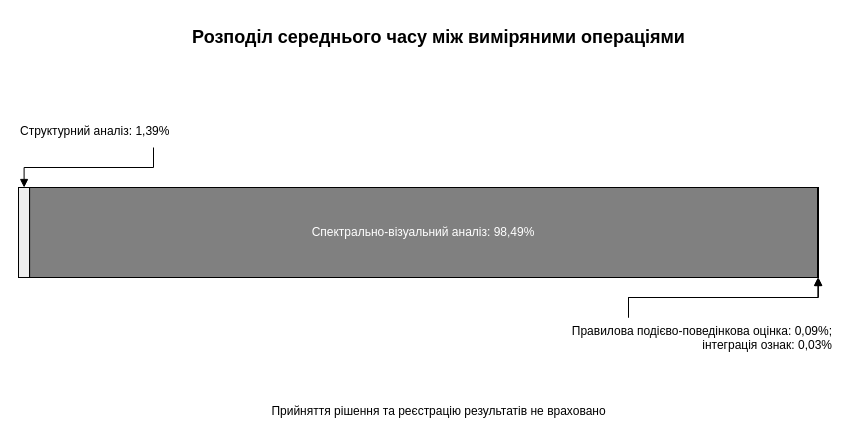
Above: title/figures_drawio/fig_4_6_timing_breakdown.drawio in oleksandrmelnychenko/dima-phd (draw.io), before the change. Source tidied: cells renumbered, new cells numbered last; positions are measured from the earlier drawing's top-left corner, leaving out a move shared by most shapes. Both pictures are drawn from the tidied source at 100%, with x=0, y=0 at pixel (18, 17).
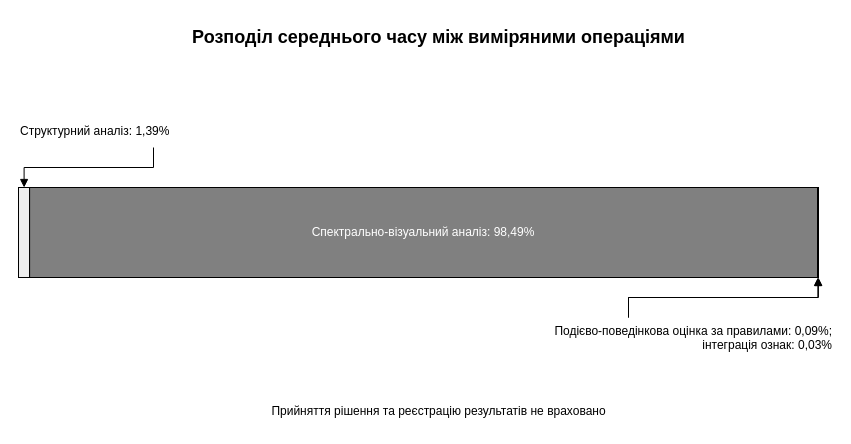
Above is the later version.

The edit, as a diff of the source:
```diff
@@
 <mxGraphModel>
   <root>
     <mxCell id="0" />
     <mxCell id="1" parent="0" />
     <mxCell id="2" value="Розподіл середнього часу між виміряними операціями" style="text;html=1;align=center;verticalAlign=middle;fontSize=18;fontStyle=1;fontColor=#000000;" parent="1" vertex="1">
       <mxGeometry x="95" width="650" height="40" as="geometry" />
     </mxCell>
     <mxCell id="3" style="shape=rectangle;whiteSpace=wrap;html=1;fillColor=#eeeeee;strokeColor=#000000;fontColor=#000000;" parent="1" vertex="1">
       <mxGeometry y="170" width="11.1" height="90" as="geometry" />
     </mxCell>
     <mxCell id="4" value="Спектрально-візуальний аналіз: 98,49%" style="shape=rectangle;whiteSpace=wrap;html=1;fillColor=#808080;strokeColor=#000000;fontColor=#ffffff;" parent="1" vertex="1">
       <mxGeometry x="11.1" y="170" width="787.9" height="90" as="geometry" />
     </mxCell>
     <mxCell id="5" style="shape=rectangle;whiteSpace=wrap;html=1;fillColor=#bbbbbb;strokeColor=#000000;" parent="1" vertex="1">
       <mxGeometry x="799" y="170" width="0.7" height="90" as="geometry" />
     </mxCell>
     <mxCell id="6" style="shape=rectangle;whiteSpace=wrap;html=1;fillColor=#ffffff;strokeColor=#000000;" parent="1" vertex="1">
       <mxGeometry x="799.8" y="170" width="0.2" height="90" as="geometry" />
     </mxCell>
     <mxCell id="7" value="Структурний аналіз: 1,39%" style="text;html=1;align=left;fontColor=#000000;" parent="1" vertex="1">
       <mxGeometry y="100" width="270" height="30" as="geometry" />
     </mxCell>
-    <mxCell id="8" value="Правилова подієво-поведінкова оцінка: 0,09%;&lt;br&gt;інтеграція ознак: 0,03%" style="text;html=1;align=right;fontColor=#000000;" parent="1" vertex="1">
+    <mxCell id="8" value="Подієво-поведінкова оцінка за правилами: 0,09%;&lt;br&gt;інтеграція ознак: 0,03%" style="text;html=1;align=right;fontColor=#000000;" parent="1" vertex="1">
       <mxGeometry x="405" y="300" width="410" height="40" as="geometry" />
     </mxCell>
     <mxCell id="9" value="Прийняття рішення та реєстрацію результатів не враховано" style="text;html=1;align=center;fontColor=#000000;fontSize=12;" parent="1" vertex="1">
       <mxGeometry x="150" y="380" width="540" height="30" as="geometry" />
     </mxCell>
     <mxCell id="10" style="edgeStyle=orthogonalEdgeStyle;rounded=0;html=1;endArrow=block;endFill=1;strokeColor=#000000;strokeWidth=1;" parent="1" edge="1" source="7" target="3">
       <mxGeometry relative="1" as="geometry" />
     </mxCell>
     <mxCell id="11" style="edgeStyle=orthogonalEdgeStyle;rounded=0;html=1;endArrow=block;endFill=1;strokeColor=#000000;strokeWidth=1;" parent="1" edge="1" source="8" target="5">
       <mxGeometry relative="1" as="geometry" />
     </mxCell>
     <mxCell id="12" style="edgeStyle=orthogonalEdgeStyle;rounded=0;html=1;endArrow=block;endFill=1;strokeColor=#000000;strokeWidth=1;" parent="1" edge="1" source="8" target="6">
       <mxGeometry relative="1" as="geometry" />
     </mxCell>
   </root>
 </mxGraphModel>
```
